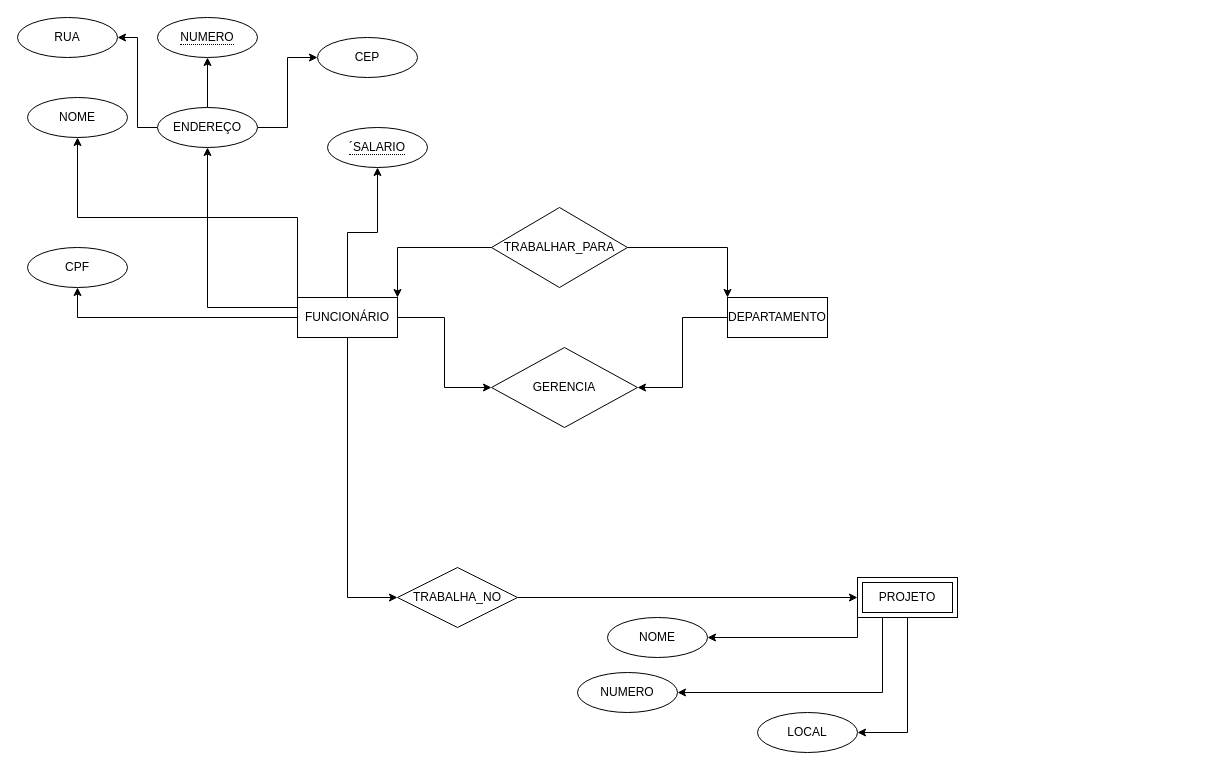
Before: Diagrama sem nome.drawio in valcacer77/Aprendizagem-Profissional-De-Qualifica-o-de-Software, a draw.io diagram. Source tidied: cells renumbered, new cells numbered last; positions are measured from the earlier drawing's top-left corner, leaving out a move shared by most shapes. Both pictures are drawn from the tidied source at 100%, with x=0, y=0 at pixel (17, 17).
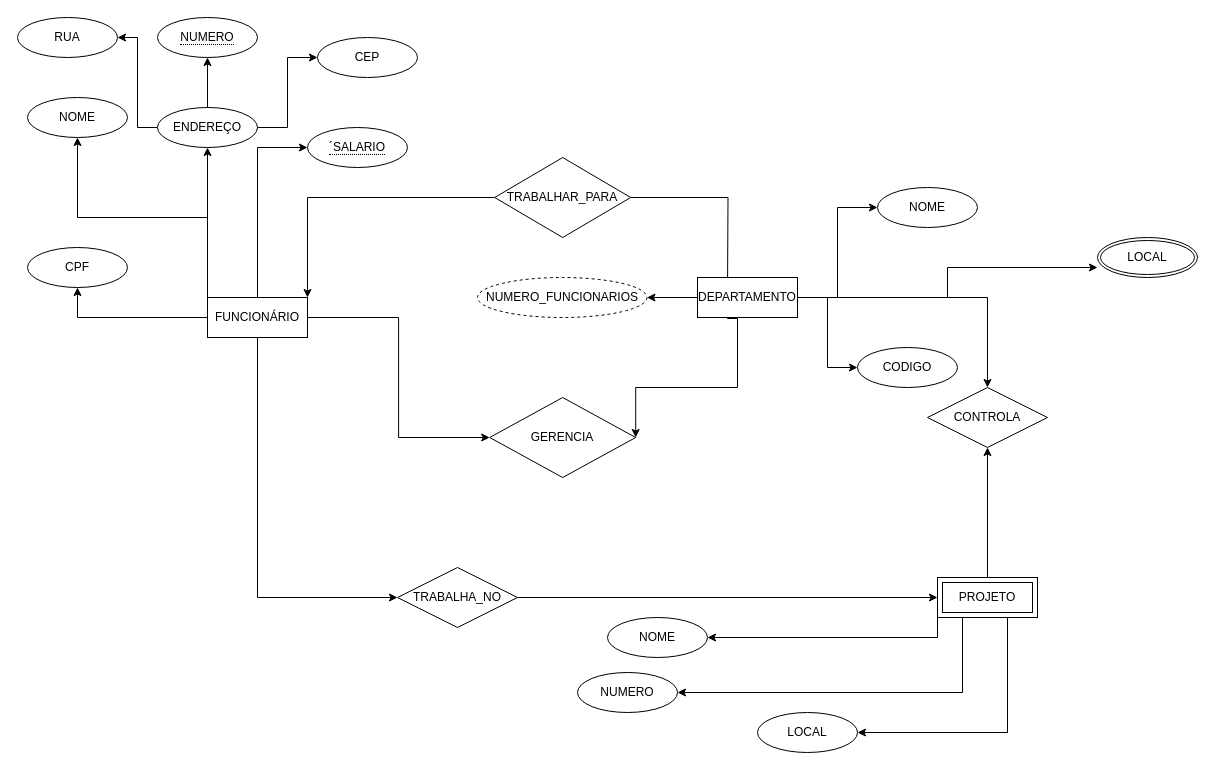
After the change.

The change refers to these unchanged cells:
```xml
<mxCell id="26" value="TRABALHA_NO" style="shape=rhombus;perimeter=rhombusPerimeter;whiteSpace=wrap;html=1;align=center;" parent="1" vertex="1">
  <mxGeometry x="380" y="550" width="120" height="60" as="geometry" />
</mxCell>
<mxCell id="33" value="LOCAL" style="ellipse;whiteSpace=wrap;html=1;align=center;" parent="1" vertex="1">
  <mxGeometry x="740" y="695" width="100" height="40" as="geometry" />
</mxCell>
```

Change to the diagram source:
```diff
@@
     <mxCell id="2" value="GERENCIA" style="shape=rhombus;perimeter=rhombusPerimeter;whiteSpace=wrap;html=1;align=center;" parent="1" vertex="1">
-      <mxGeometry x="474" y="330" width="146" height="80" as="geometry" />
+      <mxGeometry x="472.2" y="380" width="146" height="80" as="geometry" />
     </mxCell>
@@
-    <mxCell id="4" style="edgeStyle=orthogonalEdgeStyle;rounded=0;jettySize=auto;html=1;entryX=0;entryY=0;entryDx=0;entryDy=0;" parent="1" edge="1" source="5" target="13">
-      <mxGeometry relative="1" as="geometry" />
+    <mxCell id="4" style="edgeStyle=orthogonalEdgeStyle;rounded=0;jettySize=auto;html=1;entryX=0;entryY=0;entryDx=0;entryDy=0;" parent="1" edge="1" source="5">
+      <mxGeometry relative="1" as="geometry">
+        <mxPoint x="710" y="280" as="targetPoint" />
+      </mxGeometry>
     </mxCell>
     <mxCell id="5" value="TRABALHAR_PARA" style="shape=rhombus;perimeter=rhombusPerimeter;whiteSpace=wrap;html=1;align=center;" parent="1" vertex="1">
-      <mxGeometry x="474" y="190" width="136" height="80" as="geometry" />
+      <mxGeometry x="477.2" y="140" width="136" height="80" as="geometry" />
     </mxCell>
@@
-    <mxCell id="7" style="edgeStyle=orthogonalEdgeStyle;rounded=0;jettySize=auto;html=1;entryX=0.5;entryY=1;entryDx=0;entryDy=0;" parent="1" edge="1" source="11" target="16">
-      <mxGeometry relative="1" as="geometry" />
-    </mxCell>
@@
     <mxCell id="10" style="edgeStyle=orthogonalEdgeStyle;rounded=0;jettySize=auto;html=1;entryX=0;entryY=0.5;entryDx=0;entryDy=0;" parent="1" edge="1" source="11" target="26">
-      <mxGeometry relative="1" as="geometry" />
+      <mxGeometry relative="1" as="geometry">
+        <Array as="points">
+          <mxPoint x="240" y="580" />
+        </Array>
+      </mxGeometry>
     </mxCell>
+    <mxCell id="7" style="edgeStyle=orthogonalEdgeStyle;rounded=0;jettySize=auto;html=1;entryX=0;entryY=0.5;entryDx=0;entryDy=0;" parent="1" edge="1" source="11" target="16">
+      <mxGeometry relative="1" as="geometry" />
+    </mxCell>
     <mxCell id="11" value="FUNCIONÁRIO" style="whiteSpace=wrap;html=1;align=center;" parent="1" vertex="1">
-      <mxGeometry x="280" y="280" width="100" height="40" as="geometry" />
+      <mxGeometry x="190" y="280" width="100" height="40" as="geometry" />
     </mxCell>
-    <mxCell id="12" style="edgeStyle=orthogonalEdgeStyle;rounded=0;jettySize=auto;html=1;entryX=1;entryY=0.5;entryDx=0;entryDy=0;" parent="1" edge="1" source="13" target="2">
-      <mxGeometry relative="1" as="geometry" />
+    <mxCell id="12" style="edgeStyle=orthogonalEdgeStyle;rounded=0;jettySize=auto;html=1;entryX=1;entryY=0.5;entryDx=0;entryDy=0;" parent="1" edge="1" target="2">
+      <mxGeometry relative="1" as="geometry">
+        <mxPoint x="710" y="300" as="sourcePoint" />
+        <Array as="points">
+          <mxPoint x="710" y="301" />
+          <mxPoint x="720" y="301" />
+          <mxPoint x="720" y="370" />
+        </Array>
+      </mxGeometry>
     </mxCell>
-    <mxCell id="13" value="DEPARTAMENTO" style="whiteSpace=wrap;html=1;align=center;" parent="1" vertex="1">
-      <mxGeometry x="710" y="280" width="100" height="40" as="geometry" />
-    </mxCell>
@@
     <mxCell id="16" value="&lt;span style=&quot;border-bottom: 1px dotted&quot;&gt;´SALARIO&lt;/span&gt;" style="ellipse;whiteSpace=wrap;html=1;align=center;" parent="1" vertex="1">
-      <mxGeometry x="310" y="110" width="100" height="40" as="geometry" />
+      <mxGeometry x="290" y="110" width="100" height="40" as="geometry" />
     </mxCell>
@@
     <mxCell id="27" style="edgeStyle=orthogonalEdgeStyle;rounded=0;jettySize=auto;html=1;entryX=1;entryY=0.5;entryDx=0;entryDy=0;" parent="1" edge="1" source="30" target="33">
-      <mxGeometry relative="1" as="geometry" />
+      <mxGeometry relative="1" as="geometry">
+        <Array as="points">
+          <mxPoint x="990" y="715" />
+        </Array>
+      </mxGeometry>
     </mxCell>
@@
+    <mxCell id="34" style="edgeStyle=orthogonalEdgeStyle;rounded=0;jettySize=auto;html=1;entryX=0.5;entryY=1;entryDx=0;entryDy=0;" parent="1" edge="1" source="30" target="35">
+      <mxGeometry relative="1" as="geometry" />
+    </mxCell>
     <mxCell id="30" value="PROJETO" style="shape=ext;margin=3;double=1;whiteSpace=wrap;html=1;align=center;" parent="1" vertex="1">
-      <mxGeometry x="840" y="560" width="100" height="40" as="geometry" />
+      <mxGeometry x="920" y="560" width="100" height="40" as="geometry" />
     </mxCell>
@@
+    <mxCell id="35" value="CONTROLA" style="shape=rhombus;perimeter=rhombusPerimeter;whiteSpace=wrap;html=1;align=center;" parent="1" vertex="1">
+      <mxGeometry x="910" y="370" width="120" height="60" as="geometry" />
+    </mxCell>
+    <mxCell id="36" style="edgeStyle=orthogonalEdgeStyle;rounded=0;jettySize=auto;html=1;" parent="1" edge="1" source="13" target="35">
+      <mxGeometry relative="1" as="geometry" />
+    </mxCell>
+    <mxCell id="37" style="edgeStyle=orthogonalEdgeStyle;rounded=0;jettySize=auto;html=1;entryX=0;entryY=0.5;entryDx=0;entryDy=0;" parent="1" edge="1" source="13" target="42">
+      <mxGeometry relative="1" as="geometry" />
+    </mxCell>
+    <mxCell id="38" style="edgeStyle=orthogonalEdgeStyle;rounded=0;jettySize=auto;html=1;entryX=0;entryY=0.5;entryDx=0;entryDy=0;" parent="1" edge="1" source="13" target="41">
+      <mxGeometry relative="1" as="geometry" />
+    </mxCell>
+    <mxCell id="39" style="edgeStyle=orthogonalEdgeStyle;rounded=0;jettySize=auto;html=1;entryX=1;entryY=0.5;entryDx=0;entryDy=0;" parent="1" edge="1" source="13" target="44">
+      <mxGeometry relative="1" as="geometry" />
+    </mxCell>
+    <mxCell id="13" value="DEPARTAMENTO" style="whiteSpace=wrap;html=1;align=center;" parent="1" vertex="1">
+      <mxGeometry x="680" y="260" width="100" height="40" as="geometry" />
+    </mxCell>
+    <mxCell id="40" value="LOCAL" style="ellipse;shape=doubleEllipse;margin=3;whiteSpace=wrap;html=1;align=center;" parent="1" vertex="1">
+      <mxGeometry x="1080" y="220" width="100" height="40" as="geometry" />
+    </mxCell>
+    <mxCell id="41" value="NOME" style="ellipse;whiteSpace=wrap;html=1;align=center;" parent="1" vertex="1">
+      <mxGeometry x="860" y="170" width="100" height="40" as="geometry" />
+    </mxCell>
+    <mxCell id="42" value="CODIGO" style="ellipse;whiteSpace=wrap;html=1;align=center;" parent="1" vertex="1">
+      <mxGeometry x="840" y="330" width="100" height="40" as="geometry" />
+    </mxCell>
+    <mxCell id="43" style="edgeStyle=orthogonalEdgeStyle;rounded=0;jettySize=auto;html=1;entryX=0;entryY=0.75;entryDx=0;entryDy=0;entryPerimeter=0;" parent="1" edge="1" source="13" target="40">
+      <mxGeometry relative="1" as="geometry" />
+    </mxCell>
+    <mxCell id="44" value="NUMERO_FUNCIONARIOS" style="ellipse;whiteSpace=wrap;html=1;align=center;dashed=1;" parent="1" vertex="1">
+      <mxGeometry x="460" y="260" width="169.5" height="40" as="geometry" />
+    </mxCell>
```
